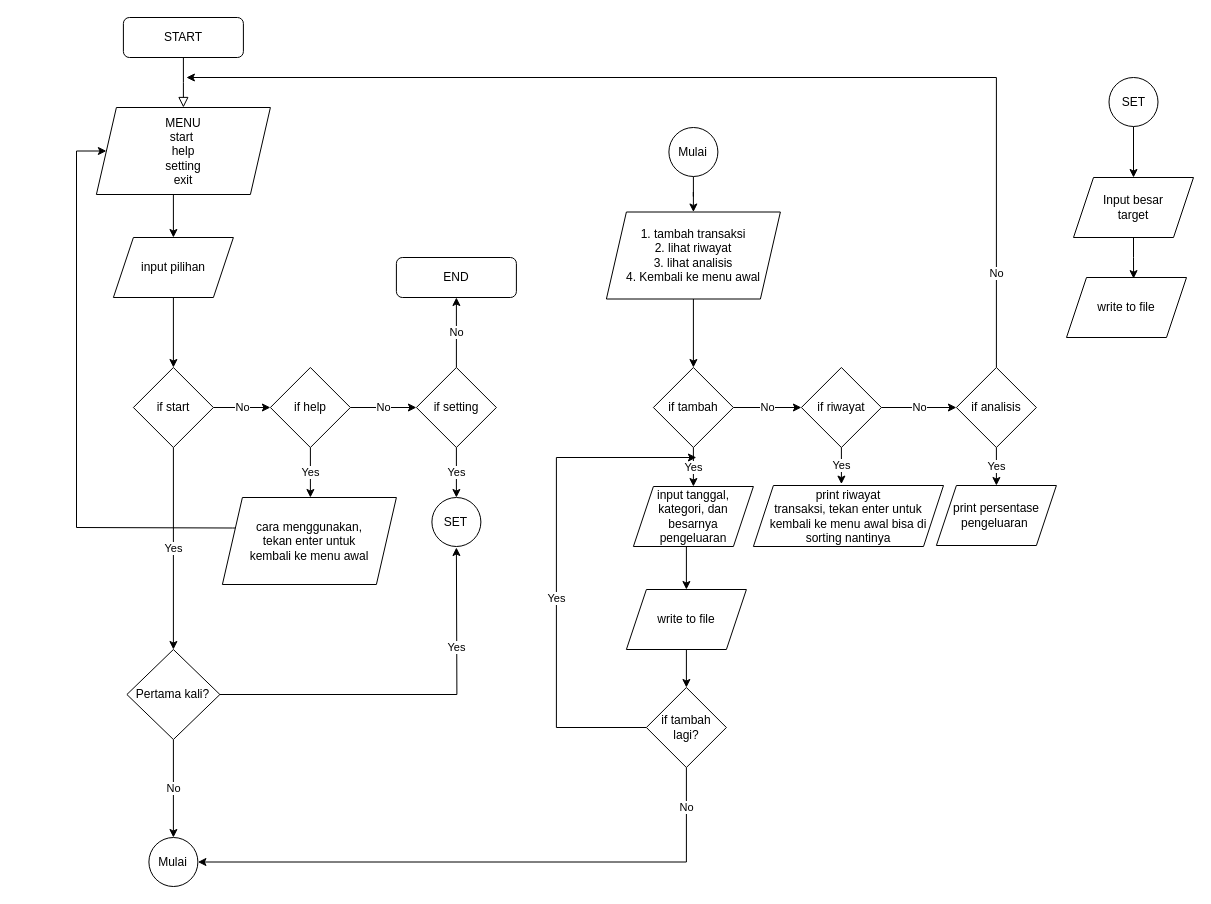
Before: Final Project.drawio in Fulkyhariz/Simple-Financial-Organizer-final-project, a draw.io diagram. Source tidied: cells renumbered, new cells numbered last; positions are measured from the earlier drawing's top-left corner, leaving out a move shared by most shapes. Both pictures are drawn from the tidied source at 100%, with x=0, y=0 at pixel (76, 17).
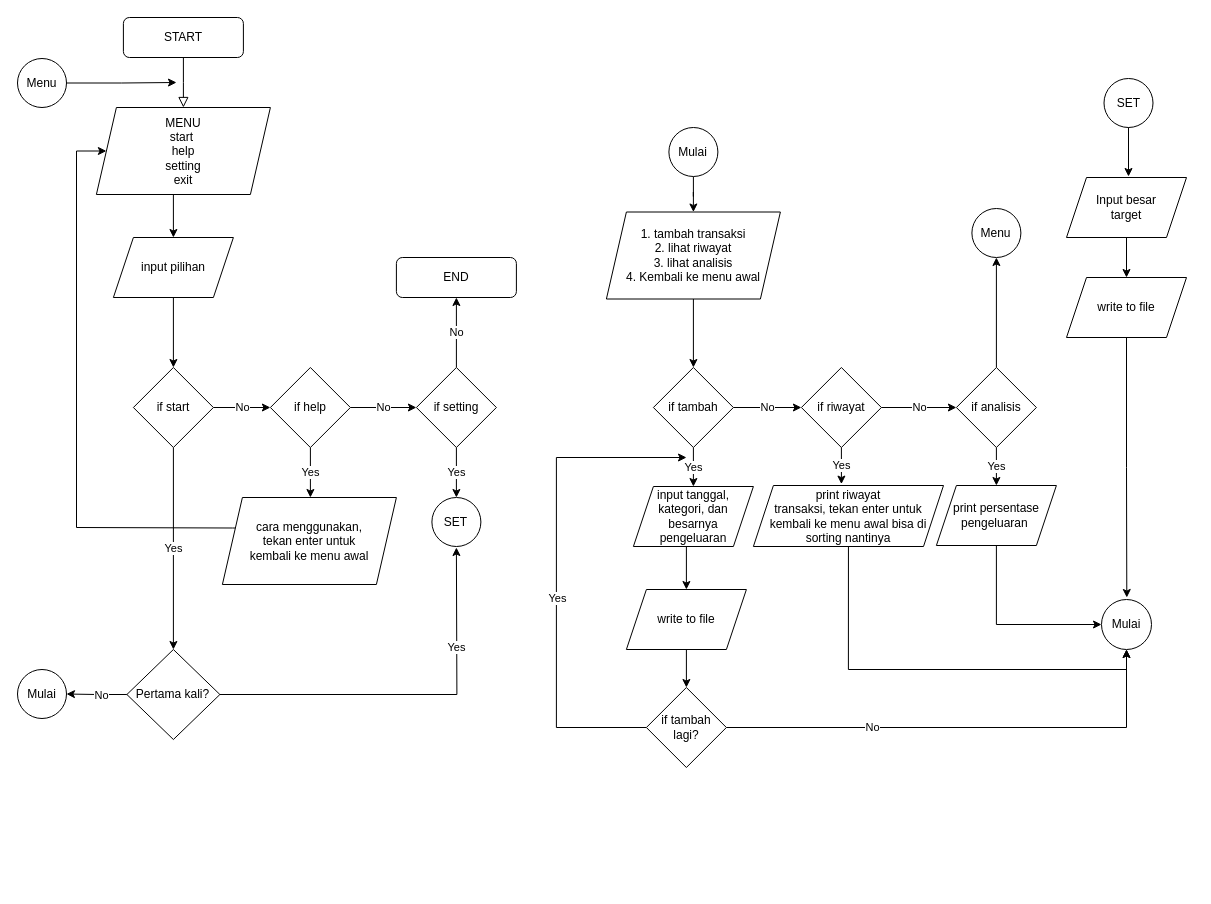
Above is the later version.

The change refers to these unchanged cells:
```xml
<mxCell id="13" value="Pertama kali?" style="rhombus;whiteSpace=wrap;html=1;" parent="1" vertex="1">
  <mxGeometry x="50.4" y="632" width="93" height="90" as="geometry" />
</mxCell>
<mxCell id="32" value="if analisis" style="rhombus;whiteSpace=wrap;html=1;" parent="1" vertex="1">
  <mxGeometry x="879.9" y="350" width="80" height="80" as="geometry" />
</mxCell>
<mxCell id="40" value="print riwayat &lt;br&gt;transaksi, tekan enter untuk kembali ke menu awal bisa di sorting nantinya" style="shape=parallelogram;perimeter=parallelogramPerimeter;whiteSpace=wrap;html=1;fixedSize=1;" parent="1" vertex="1">
  <mxGeometry x="676.9" y="468" width="190.1" height="61" as="geometry" />
</mxCell>
<mxCell id="47" value="if tambah lagi?" style="rhombus;whiteSpace=wrap;html=1;" parent="1" vertex="1">
  <mxGeometry x="569.9" y="670" width="80" height="80" as="geometry" />
</mxCell>
<mxCell id="52" value="write to file" style="shape=parallelogram;perimeter=parallelogramPerimeter;whiteSpace=wrap;html=1;fixedSize=1;" parent="1" vertex="1">
  <mxGeometry x="990" y="260" width="120" height="60" as="geometry" />
</mxCell>
<mxCell id="53" value="print persentase pengeluaran&amp;nbsp;" style="shape=parallelogram;perimeter=parallelogramPerimeter;whiteSpace=wrap;html=1;fixedSize=1;" parent="1" vertex="1">
  <mxGeometry x="859.9" y="468" width="120" height="60" as="geometry" />
</mxCell>
```

The edit, as a diff of the source:
```diff
@@
+    <mxCell id="12" value="Yes" style="edgeStyle=orthogonalEdgeStyle;rounded=0;jettySize=auto;html=1;" parent="1" edge="1" source="13">
+      <mxGeometry x="0.48" relative="1" as="geometry">
+        <mxPoint x="379.9" y="530" as="targetPoint" />
+      </mxGeometry>
+    </mxCell>
-    <mxCell id="11" value="No" style="edgeStyle=orthogonalEdgeStyle;rounded=0;jettySize=auto;html=1;entryX=0.5;entryY=0;entryDx=0;entryDy=0;" parent="1" edge="1" source="13" target="21">
+    <mxCell id="11" style="edgeStyle=orthogonalEdgeStyle;rounded=0;jettySize=auto;html=1;exitX=0;exitY=0.5;exitDx=0;exitDy=0;entryX=1;entryY=0.5;entryDx=0;entryDy=0;" parent="1" edge="1" source="13" target="21">
       <mxGeometry relative="1" as="geometry" />
     </mxCell>
-    <mxCell id="12" value="Yes" style="edgeStyle=orthogonalEdgeStyle;rounded=0;jettySize=auto;html=1;" parent="1" edge="1" source="13">
-      <mxGeometry x="0.48" relative="1" as="geometry">
-        <mxPoint x="379.9" y="530" as="targetPoint" />
-      </mxGeometry>
-    </mxCell>
+    <mxCell id="54" value="No" style="edgeLabel;html=1;align=center;verticalAlign=middle;" parent="11" vertex="1">
+      <mxGeometry x="-0.16" relative="1" as="geometry" />
+    </mxCell>
@@
     <mxCell id="21" value="Mulai" style="ellipse;whiteSpace=wrap;html=1;" parent="1" vertex="1">
-      <mxGeometry x="72.4" y="820" width="49" height="49" as="geometry" />
+      <mxGeometry x="-59" y="652" width="49" height="49" as="geometry" />
     </mxCell>
@@
-    <mxCell id="30" value="No" style="edgeStyle=orthogonalEdgeStyle;rounded=0;jettySize=auto;html=1;exitX=0.5;exitY=0;exitDx=0;exitDy=0;" parent="1" edge="1" source="32">
-      <mxGeometry x="-0.83" relative="1" as="geometry">
-        <mxPoint x="109.9" y="60" as="targetPoint" />
-        <Array as="points">
-          <mxPoint x="920" y="60" />
-        </Array>
-      </mxGeometry>
-    </mxCell>
@@
+    <mxCell id="55" style="edgeStyle=orthogonalEdgeStyle;rounded=0;jettySize=auto;html=1;exitX=0.5;exitY=0;exitDx=0;exitDy=0;entryX=0.5;entryY=1;entryDx=0;entryDy=0;" parent="1" edge="1" source="32" target="64">
+      <mxGeometry relative="1" as="geometry" />
+    </mxCell>
@@
-    <mxCell id="35" style="edgeStyle=orthogonalEdgeStyle;rounded=0;jettySize=auto;html=1;exitX=0.5;exitY=1;exitDx=0;exitDy=0;entryX=0.5;entryY=0;entryDx=0;entryDy=0;" parent="1" edge="1" source="36" target="51">
-      <mxGeometry relative="1" as="geometry" />
+    <mxCell id="35" style="edgeStyle=orthogonalEdgeStyle;rounded=0;jettySize=auto;html=1;exitX=0.5;exitY=1;exitDx=0;exitDy=0;" parent="1" edge="1" source="36">
+      <mxGeometry relative="1" as="geometry">
+        <mxPoint x="1052" y="159" as="targetPoint" />
+        <Array as="points">
+          <mxPoint x="1052" y="109" />
+        </Array>
+      </mxGeometry>
     </mxCell>
     <mxCell id="36" value="SET" style="ellipse;whiteSpace=wrap;html=1;" parent="1" vertex="1">
-      <mxGeometry x="1032.5" y="60" width="49" height="49" as="geometry" />
+      <mxGeometry x="1027.5" y="61" width="49" height="49" as="geometry" />
     </mxCell>
@@
+    <mxCell id="56" style="edgeStyle=orthogonalEdgeStyle;rounded=0;jettySize=auto;html=1;exitX=0.5;exitY=1;exitDx=0;exitDy=0;entryX=0.5;entryY=1;entryDx=0;entryDy=0;" parent="1" edge="1" source="40" target="61">
+      <mxGeometry relative="1" as="geometry" />
+    </mxCell>
@@
     <mxCell id="43" style="edgeStyle=orthogonalEdgeStyle;rounded=0;jettySize=auto;html=1;exitX=0;exitY=0.5;exitDx=0;exitDy=0;" parent="1" edge="1" source="47">
       <mxGeometry relative="1" as="geometry">
-        <mxPoint x="619.9" y="440" as="targetPoint" />
+        <mxPoint x="610" y="440" as="targetPoint" />
         <Array as="points">
           <mxPoint x="479.9" y="710" />
           <mxPoint x="479.9" y="440" />
         </Array>
       </mxGeometry>
     </mxCell>
@@
-    <mxCell id="45" style="edgeStyle=orthogonalEdgeStyle;rounded=0;jettySize=auto;html=1;exitX=0.5;exitY=1;exitDx=0;exitDy=0;entryX=1;entryY=0.5;entryDx=0;entryDy=0;" parent="1" edge="1" source="47" target="21">
-      <mxGeometry relative="1" as="geometry" />
-    </mxCell>
-    <mxCell id="46" value="No" style="edgeLabel;html=1;align=center;verticalAlign=middle;" parent="45" vertex="1">
-      <mxGeometry x="-0.7" y="2" relative="1" as="geometry">
-        <mxPoint x="-2" y="-47.5" as="offset" />
-      </mxGeometry>
-    </mxCell>
+    <mxCell id="57" style="edgeStyle=orthogonalEdgeStyle;rounded=0;jettySize=auto;html=1;exitX=1;exitY=0.5;exitDx=0;exitDy=0;entryX=0.5;entryY=1;entryDx=0;entryDy=0;" parent="1" edge="1" source="47" target="61">
+      <mxGeometry relative="1" as="geometry">
+        <Array as="points">
+          <mxPoint x="1050" y="710" />
+        </Array>
+      </mxGeometry>
+    </mxCell>
+    <mxCell id="58" value="No" style="edgeLabel;html=1;align=center;verticalAlign=middle;" parent="57" vertex="1">
+      <mxGeometry x="-0.39" y="1" relative="1" as="geometry" />
+    </mxCell>
@@
-    <mxCell id="50" style="edgeStyle=orthogonalEdgeStyle;rounded=0;jettySize=auto;html=1;exitX=0.5;exitY=1;exitDx=0;exitDy=0;entryX=0.559;entryY=0.019;entryDx=0;entryDy=0;entryPerimeter=0;" parent="1" edge="1" source="51" target="52">
-      <mxGeometry relative="1" as="geometry" />
+    <mxCell id="50" style="edgeStyle=orthogonalEdgeStyle;rounded=0;jettySize=auto;html=1;exitX=0.5;exitY=1;exitDx=0;exitDy=0;entryX=0.5;entryY=0;entryDx=0;entryDy=0;" parent="1" edge="1" source="51" target="52">
+      <mxGeometry relative="1" as="geometry">
+        <Array as="points">
+          <mxPoint x="1050" y="220" />
+        </Array>
+      </mxGeometry>
     </mxCell>
     <mxCell id="51" value="Input besar &lt;br&gt;target" style="shape=parallelogram;perimeter=parallelogramPerimeter;whiteSpace=wrap;html=1;fixedSize=1;" parent="1" vertex="1">
-      <mxGeometry x="997" y="160" width="120" height="60" as="geometry" />
+      <mxGeometry x="990" y="160" width="120" height="60" as="geometry" />
     </mxCell>
+    <mxCell id="59" style="edgeStyle=orthogonalEdgeStyle;rounded=0;jettySize=auto;html=1;exitX=0.5;exitY=1;exitDx=0;exitDy=0;" parent="1" edge="1" source="52">
+      <mxGeometry relative="1" as="geometry">
+        <mxPoint x="1050.3" y="580" as="targetPoint" />
+      </mxGeometry>
+    </mxCell>
@@
+    <mxCell id="60" style="edgeStyle=orthogonalEdgeStyle;rounded=0;jettySize=auto;html=1;exitX=0.5;exitY=1;exitDx=0;exitDy=0;entryX=0;entryY=0.5;entryDx=0;entryDy=0;" parent="1" edge="1" source="53" target="61">
+      <mxGeometry relative="1" as="geometry" />
+    </mxCell>
@@
+    <mxCell id="61" value="Mulai" style="ellipse;whiteSpace=wrap;html=1;" parent="1" vertex="1">
+      <mxGeometry x="1025" y="582" width="50" height="50" as="geometry" />
+    </mxCell>
+    <mxCell id="62" style="edgeStyle=orthogonalEdgeStyle;rounded=0;jettySize=auto;html=1;exitX=1;exitY=0.5;exitDx=0;exitDy=0;" parent="1" edge="1" source="63">
+      <mxGeometry relative="1" as="geometry">
+        <mxPoint x="100" y="65" as="targetPoint" />
+        <Array as="points">
+          <mxPoint x="45" y="66" />
+        </Array>
+      </mxGeometry>
+    </mxCell>
+    <mxCell id="63" value="Menu" style="ellipse;whiteSpace=wrap;html=1;" parent="1" vertex="1">
+      <mxGeometry x="-59" y="41" width="49" height="49" as="geometry" />
+    </mxCell>
+    <mxCell id="64" value="Menu" style="ellipse;whiteSpace=wrap;html=1;" parent="1" vertex="1">
+      <mxGeometry x="895.4" y="191" width="49" height="49" as="geometry" />
+    </mxCell>
```
